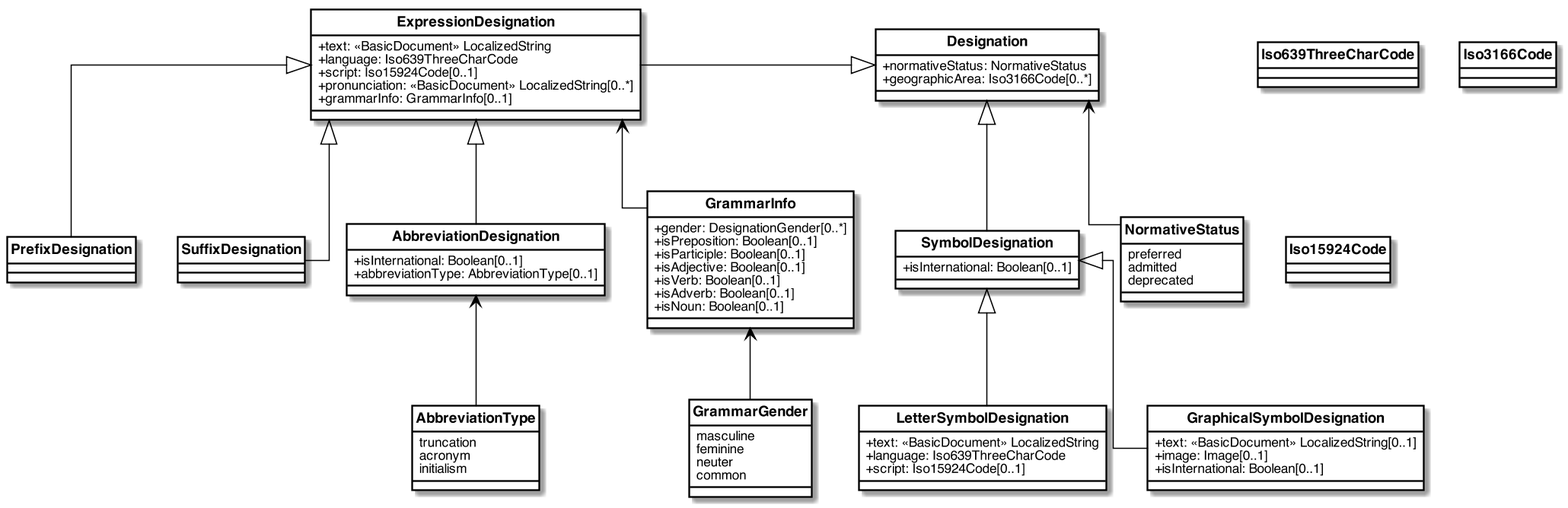
The PlantUML diagram images/designation.png in glossarist/concept-model, before a commit.
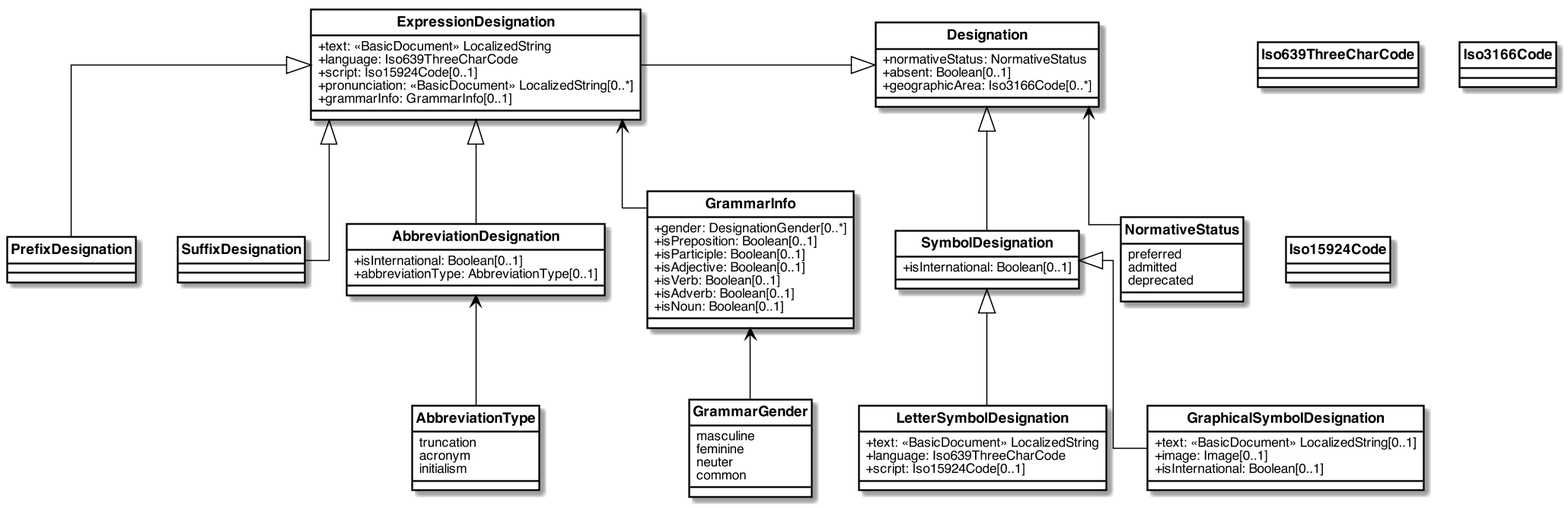
The same diagram one commit later.

Commit message:
absent designation: #10

The edit, as a diff of the source:
```diff
@@ -42,6 +42,7 @@
 
 class Designation {
   +normativeStatus: NormativeStatus
+  +absent: Boolean[0..1]
   +geographicArea: Iso3166Code[0..*]
 }
 
```
